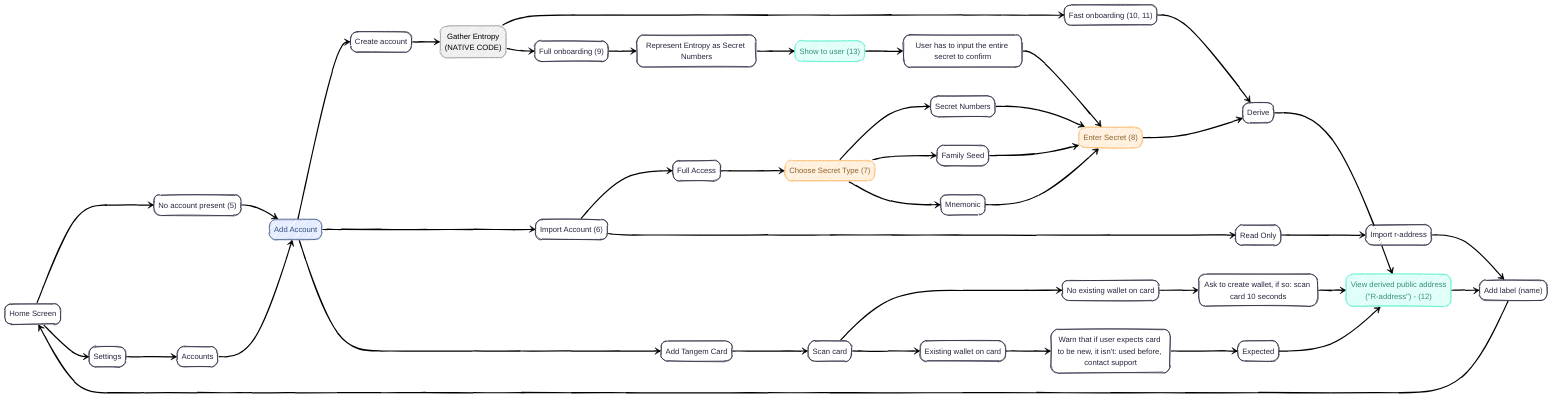
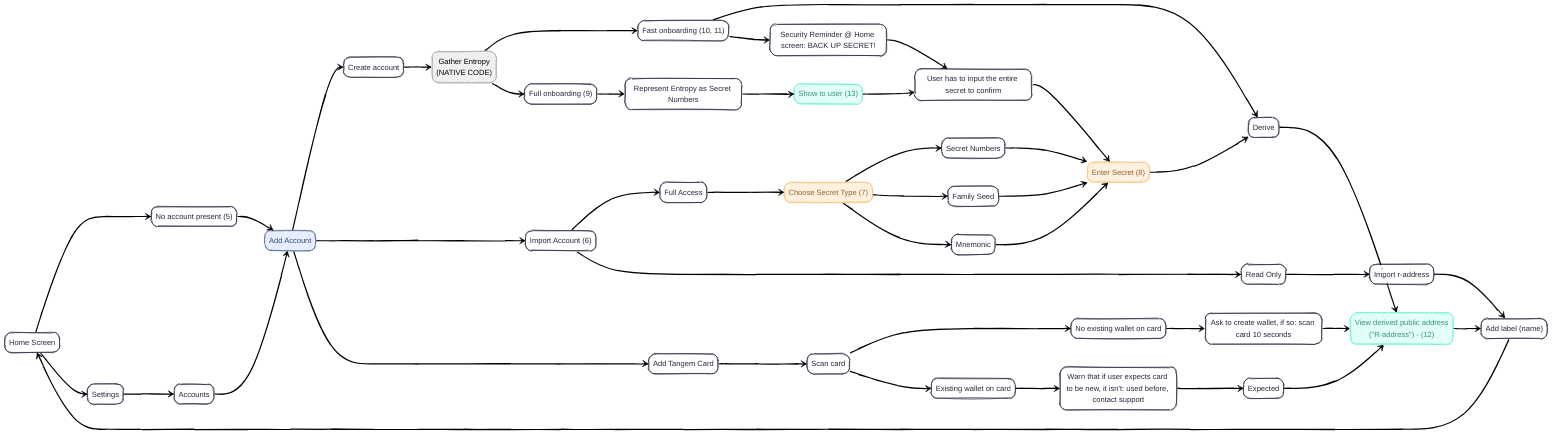
---
config:
  theme: redux
  look: handDrawn
  fontFamily: '''Inter Variable'', sans-serif'
  themeVariables:
    fontFamily: '''Inter Variable'', sans-serif'
---
stateDiagram
  direction LR
  classDef Sky stroke-width:1px,stroke-dasharray:none,stroke:#374D7C,fill:#E2EBFF,color:#374D7C;
  classDef Ash stroke-width:1px,stroke-dasharray:none,stroke:#999999,fill:#EEEEEE,color:#000000;
  classDef Peach stroke-width:1px,stroke-dasharray:none,stroke:#FBB35A,fill:#FFEFDB,color:#8F632D;
  classDef Aqua stroke-width:1px,stroke-dasharray:none,stroke:#46EDC8,fill:#DEFFF8,color:#378E7A;
  h --> xx
  xx --> x
  x --> s1
  x --> s2
  x --> s3
  s2 --> s4
  s2 --> s5
  s4 --> s6
  s6 --> s7
  s6 --> s8
  s6 --> s9
  s7 --> s10
  s8 --> s10
  s9 --> s10
  s10 --> s26
  s26 --> s11
  s1 --> s12
  s12 --> s27
  s12 --> s28
  s27 --> s26
  s28 --> s13
  s13 --> s14
  s14 --> s15
  s15 --> s10
  s11 --> s16
  s16 --> h
  h --> s17
  s17 --> s18
  s18 --> x
  s3 --> s19
  s19 --> s20
  s19 --> s21
  s20 --> s22
  s22 --> s11
  s21 --> s23
  s23 --> s24
  s24 --> s11
  s5 --> s25
  s25 --> s16
+   s27 --> s30
+   s30 --> s15
  h:Home Screen
  xx:No account present (5)
  x:Add Account<br>
  s1:Create account
  s2:Import Account (6)
  s3:Add Tangem Card
  s4:Full Access
  s5:Read Only
  s6:Choose Secret Type (7)
  s7:Secret Numbers
  s8:Family Seed
  s9:Mnemonic
  s10:Enter Secret (8)
  s26:Derive
  s11:View derived public address</br>("R-address") - (12)
  s12:Gather Entropy<br>(NATIVE CODE)
  s27:Fast onboarding (10, 11)
  s28:Full onboarding (9)
+   s30:Security Reminder @ Home screen: BACK UP SECRET!
  s13:Represent Entropy as Secret Numbers
  s14:Show to user (13)
  s15:User has to input the entire secret to confirm
  s16:Add label (name)
  s17:Settings
  s18:Accounts
  s19:Scan card
  s20:No existing wallet on card
  s21:Existing wallet on card
  s22:Ask to create wallet, if so: scan card 10 seconds
  s23:Warn that if user expects card to be new, it isn't: used before, contact support
  s24:Expected
  s25:Import r-address
  class x Sky
  class s12 Ash
  class s6,s10 Peach
  class s11,s14 Aqua
